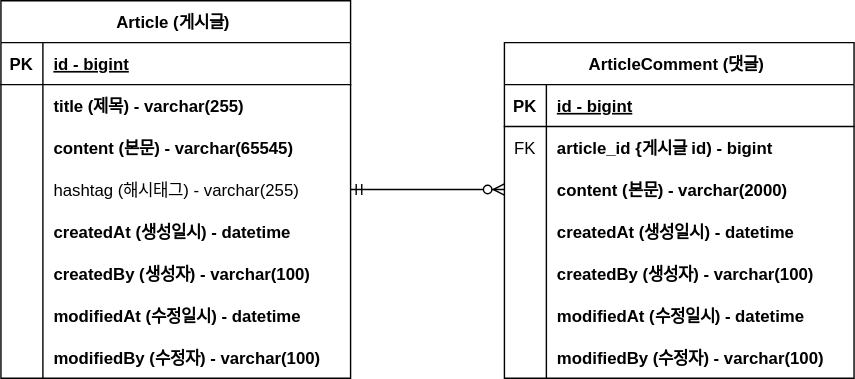
jihoon0413/project-board keeps this draw.io diagram as document/project-board-erd.svg. Above is the earlier version. Source tidied: cells renumbered, new cells last; positions are measured from the earlier drawing's top-left corner, leaving out a move shared by most shapes.
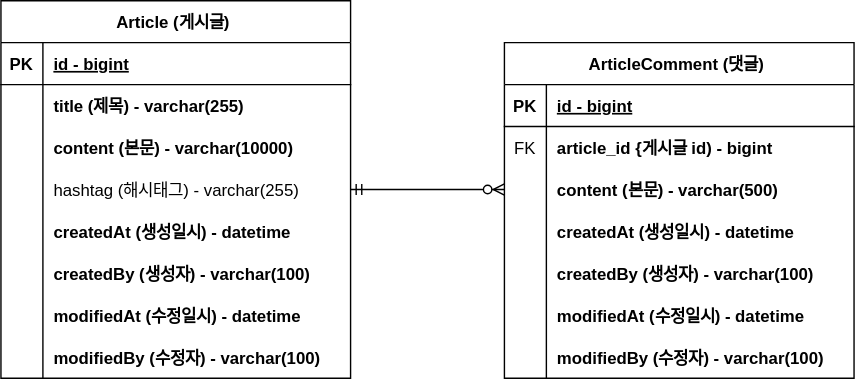
The same file after the commit.

Commit message:
#9 - erd 업데이트 : content 사이즈 변

What changed in the source:
```diff
@@ -29,7 +29,7 @@
     <mxCell id="10" style="shape=partialRectangle;overflow=hidden;fillColor=none;top=0;left=0;bottom=0;right=0;" parent="9" vertex="1">
       <mxGeometry width="30" height="30" as="geometry" />
     </mxCell>
-    <mxCell id="11" value="content (본문) - varchar(65545)" style="shape=partialRectangle;overflow=hidden;fillColor=none;top=0;left=0;bottom=0;right=0;align=left;spacingLeft=6;fontStyle=1;" parent="9" vertex="1">
+    <mxCell id="11" value="content (본문) - varchar(10000)" style="shape=partialRectangle;overflow=hidden;fillColor=none;top=0;left=0;bottom=0;right=0;align=left;spacingLeft=6;fontStyle=1;" parent="9" vertex="1">
       <mxGeometry x="30" width="220" height="30" as="geometry" />
     </mxCell>
     <mxCell id="12" style="shape=partialRectangle;fillColor=none;points=[[0,0.5],[1,0.5]];portConstraint=eastwest;top=0;left=0;right=0;bottom=0;" parent="2" vertex="1">
@@ -104,7 +104,7 @@
     <mxCell id="35" style="shape=partialRectangle;overflow=hidden;fillColor=none;top=0;left=0;bottom=0;right=0;" parent="34" vertex="1">
       <mxGeometry width="30" height="30" as="geometry" />
     </mxCell>
-    <mxCell id="36" value="content (본문) - varchar(2000)" style="shape=partialRectangle;overflow=hidden;fillColor=none;top=0;left=0;bottom=0;right=0;align=left;spacingLeft=6;fontStyle=1;" parent="34" vertex="1">
+    <mxCell id="36" value="content (본문) - varchar(500)" style="shape=partialRectangle;overflow=hidden;fillColor=none;top=0;left=0;bottom=0;right=0;align=left;spacingLeft=6;fontStyle=1;" parent="34" vertex="1">
       <mxGeometry x="30" width="220" height="30" as="geometry" />
     </mxCell>
     <mxCell id="37" style="shape=partialRectangle;fillColor=none;top=0;left=0;right=0;bottom=0;" parent="27" vertex="1">
```
